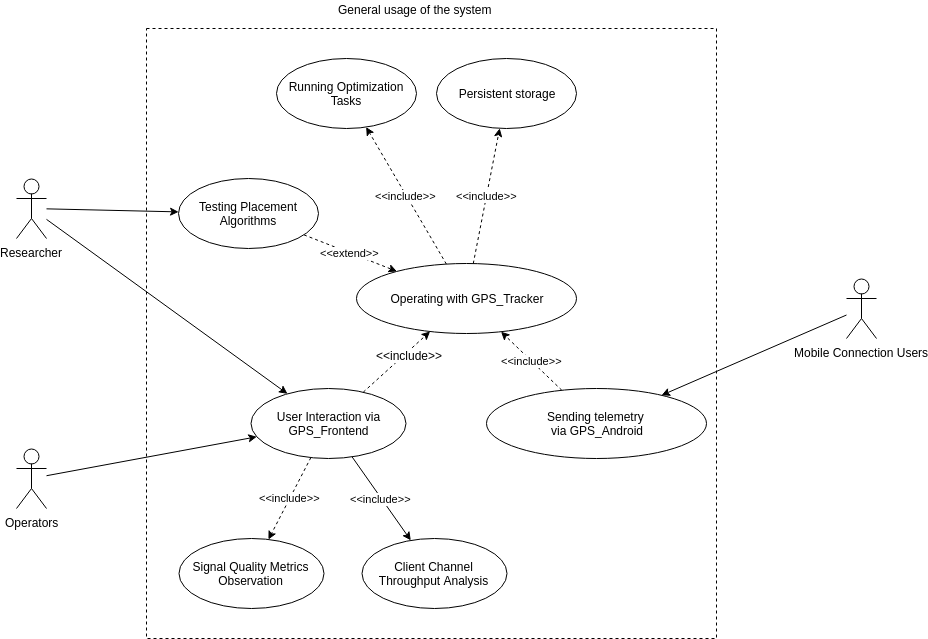
This is docs/schemes/use-case/Main-Usage-Use-Case.png from Kirkirillka/GPS_Tracker, a draw.io export, as it was before one commit. Source tidied: cells renumbered, new cells last; positions are measured from the earlier drawing's top-left corner, leaving out a move shared by most shapes.
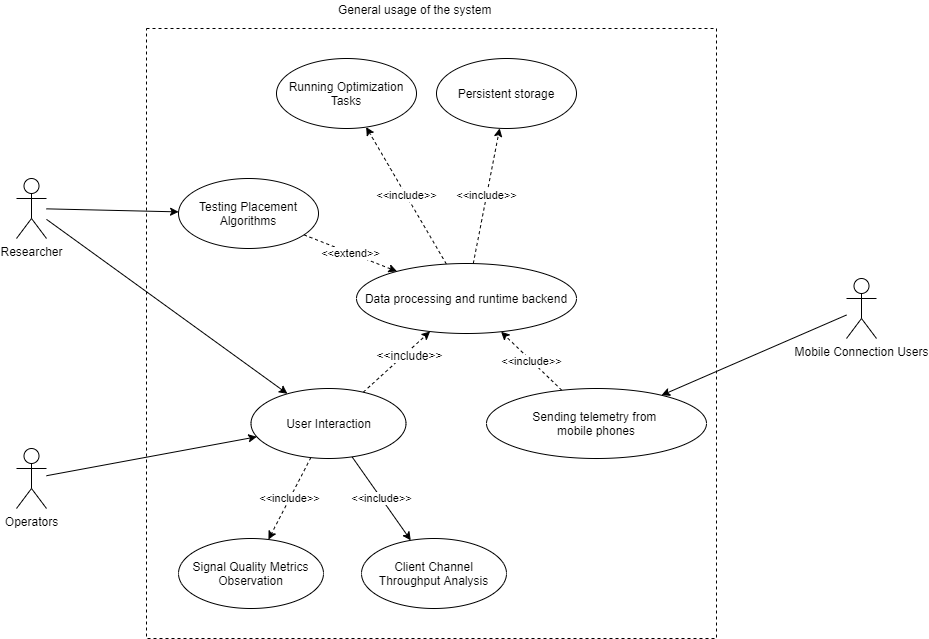
Above is the later version.

Commit message:
feature/#issue62. Make a general use-case be free of specific component naming like GPS_***

The edit, as a diff of the source:
```diff
@@ -38,7 +38,7 @@
     <mxCell id="13" value="&amp;lt;&amp;lt;include&amp;gt;&amp;gt;" style="edgeStyle=none;rounded=0;jettySize=auto;html=1;dashed=1;endArrow=classic;endFill=1;" parent="1" edge="1" source="14" target="17">
       <mxGeometry relative="1" as="geometry" />
     </mxCell>
-    <mxCell id="14" value="Sending telemetry &lt;br&gt;via GPS_Android" style="ellipse;whiteSpace=wrap;html=1;" parent="1" vertex="1">
+    <mxCell id="14" value="Sending telemetry from &lt;br&gt;mobile phones" style="ellipse;whiteSpace=wrap;html=1;" parent="1" vertex="1">
       <mxGeometry x="470" y="388" width="220" height="70" as="geometry" />
     </mxCell>
     <mxCell id="15" value="&amp;lt;&amp;lt;include&amp;gt;&amp;gt;" style="edgeStyle=none;rounded=0;jettySize=auto;html=1;dashed=1;endArrow=classic;endFill=1;" parent="1" edge="1" source="17" target="10">
@@ -47,7 +47,7 @@
     <mxCell id="16" value="&amp;lt;&amp;lt;include&amp;gt;&amp;gt;" style="edgeStyle=none;rounded=0;jettySize=auto;html=1;dashed=1;endArrow=classic;endFill=1;" parent="1" edge="1" source="17" target="18">
       <mxGeometry relative="1" as="geometry" />
     </mxCell>
-    <mxCell id="17" value="Operating with GPS_Tracker" style="ellipse;whiteSpace=wrap;html=1;" parent="1" vertex="1">
+    <mxCell id="17" value="Data processing and runtime backend" style="ellipse;whiteSpace=wrap;html=1;" parent="1" vertex="1">
       <mxGeometry x="340" y="263" width="220" height="70" as="geometry" />
     </mxCell>
     <mxCell id="18" value="Persistent storage" style="ellipse;whiteSpace=wrap;html=1;" parent="1" vertex="1">
@@ -65,7 +65,7 @@
     <mxCell id="22" value="&amp;lt;&amp;lt;include&amp;gt;&amp;gt;" style="edgeStyle=none;rounded=0;jettySize=auto;html=1;endArrow=classic;endFill=1;" parent="1" edge="1" source="23" target="25">
       <mxGeometry relative="1" as="geometry" />
     </mxCell>
-    <mxCell id="23" value="User Interaction via GPS_Frontend" style="ellipse;whiteSpace=wrap;html=1;" parent="1" vertex="1">
+    <mxCell id="23" value="User Interaction" style="ellipse;whiteSpace=wrap;html=1;" parent="1" vertex="1">
       <mxGeometry x="234.5" y="388" width="155" height="70" as="geometry" />
     </mxCell>
     <mxCell id="24" value="Signal Quality Metrics Observation" style="ellipse;whiteSpace=wrap;html=1;" parent="1" vertex="1">
```
